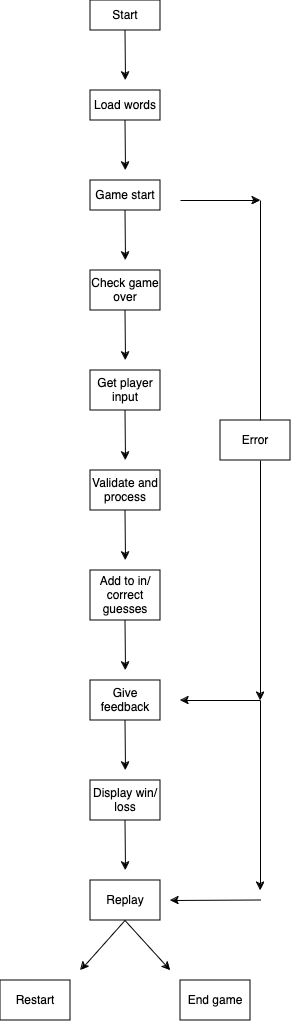
Before: assets/hangman_bp.png, a diagram exported from draw.io (Tbergius/hangman). Source tidied: cells renumbered, new cells last; positions are measured from the earlier drawing's top-left corner, leaving out a move shared by most shapes. Its diagram source:
```xml
<mxGraphModel>
  <root>
    <mxCell id="0" />
    <mxCell id="1" parent="0" />
    <mxCell id="2" value="Start" style="rounded=0;whiteSpace=wrap;html=1;" parent="1" vertex="1">
      <mxGeometry x="90" width="70" height="30" as="geometry" />
    </mxCell>
    <mxCell id="3" style="endArrow=classic;html=1;rounded=0;" parent="1" edge="1">
      <mxGeometry relative="1" as="geometry">
        <mxPoint x="124.5" y="30" as="sourcePoint" />
        <mxPoint x="125" y="80" as="targetPoint" />
      </mxGeometry>
    </mxCell>
    <mxCell id="4" value="&lt;div&gt;Load words&lt;/div&gt;" style="rounded=0;whiteSpace=wrap;html=1;" parent="1" vertex="1">
      <mxGeometry x="90" y="90" width="70" height="30" as="geometry" />
    </mxCell>
    <mxCell id="5" value="Game start" style="rounded=0;whiteSpace=wrap;html=1;" parent="1" vertex="1">
      <mxGeometry x="90" y="180" width="70" height="30" as="geometry" />
    </mxCell>
    <mxCell id="6" value="Check game over" style="rounded=0;whiteSpace=wrap;html=1;" parent="1" vertex="1">
      <mxGeometry x="90" y="270" width="70" height="40" as="geometry" />
    </mxCell>
    <mxCell id="7" value="Add to in/correct guesses" style="rounded=0;whiteSpace=wrap;html=1;" parent="1" vertex="1">
      <mxGeometry x="90" y="570" width="70" height="50" as="geometry" />
    </mxCell>
    <mxCell id="8" value="Get player input" style="rounded=0;whiteSpace=wrap;html=1;" parent="1" vertex="1">
      <mxGeometry x="90" y="370" width="70" height="40" as="geometry" />
    </mxCell>
    <mxCell id="9" value="Validate and process" style="rounded=0;whiteSpace=wrap;html=1;" parent="1" vertex="1">
      <mxGeometry x="90" y="470" width="70" height="40" as="geometry" />
    </mxCell>
    <mxCell id="10" value="Give feedback" style="rounded=0;whiteSpace=wrap;html=1;" parent="1" vertex="1">
      <mxGeometry x="90" y="680" width="70" height="40" as="geometry" />
    </mxCell>
    <mxCell id="11" value="&lt;div&gt;Display win/loss&lt;/div&gt;" style="rounded=0;whiteSpace=wrap;html=1;" parent="1" vertex="1">
      <mxGeometry x="90" y="780" width="70" height="40" as="geometry" />
    </mxCell>
    <mxCell id="12" style="endArrow=classic;html=1;rounded=0;" parent="1" edge="1">
      <mxGeometry relative="1" as="geometry">
        <mxPoint x="124.5" y="720" as="sourcePoint" />
        <mxPoint x="125" y="770" as="targetPoint" />
      </mxGeometry>
    </mxCell>
    <mxCell id="13" style="endArrow=classic;html=1;rounded=0;" parent="1" edge="1">
      <mxGeometry relative="1" as="geometry">
        <mxPoint x="124.5" y="820" as="sourcePoint" />
        <mxPoint x="125" y="870" as="targetPoint" />
      </mxGeometry>
    </mxCell>
    <mxCell id="14" style="endArrow=classic;html=1;rounded=0;" parent="1" edge="1">
      <mxGeometry relative="1" as="geometry">
        <mxPoint x="124.5" y="620" as="sourcePoint" />
        <mxPoint x="125" y="670" as="targetPoint" />
      </mxGeometry>
    </mxCell>
    <mxCell id="15" style="endArrow=classic;html=1;rounded=0;" parent="1" edge="1">
      <mxGeometry relative="1" as="geometry">
        <mxPoint x="124.5" y="510" as="sourcePoint" />
        <mxPoint x="125" y="560" as="targetPoint" />
      </mxGeometry>
    </mxCell>
    <mxCell id="16" style="endArrow=classic;html=1;rounded=0;" parent="1" edge="1">
      <mxGeometry relative="1" as="geometry">
        <mxPoint x="124.5" y="410" as="sourcePoint" />
        <mxPoint x="125" y="460" as="targetPoint" />
      </mxGeometry>
    </mxCell>
    <mxCell id="17" style="endArrow=classic;html=1;rounded=0;" parent="1" edge="1">
      <mxGeometry relative="1" as="geometry">
        <mxPoint x="124.5" y="310" as="sourcePoint" />
        <mxPoint x="125" y="360" as="targetPoint" />
      </mxGeometry>
    </mxCell>
    <mxCell id="18" style="endArrow=classic;html=1;rounded=0;" parent="1" edge="1">
      <mxGeometry relative="1" as="geometry">
        <mxPoint x="124.5" y="210" as="sourcePoint" />
        <mxPoint x="125" y="260" as="targetPoint" />
      </mxGeometry>
    </mxCell>
    <mxCell id="19" style="endArrow=classic;html=1;rounded=0;" parent="1" edge="1">
      <mxGeometry relative="1" as="geometry">
        <mxPoint x="124.5" y="120" as="sourcePoint" />
        <mxPoint x="125" y="170" as="targetPoint" />
      </mxGeometry>
    </mxCell>
    <mxCell id="20" value="Restart" style="rounded=0;whiteSpace=wrap;html=1;" parent="1" vertex="1">
      <mxGeometry y="980" width="70" height="40" as="geometry" />
    </mxCell>
    <mxCell id="21" value="Replay" style="rounded=0;whiteSpace=wrap;html=1;" parent="1" vertex="1">
      <mxGeometry x="90" y="880" width="70" height="40" as="geometry" />
    </mxCell>
    <mxCell id="22" value="End game" style="rounded=0;whiteSpace=wrap;html=1;" parent="1" vertex="1">
      <mxGeometry x="180" y="980" width="70" height="40" as="geometry" />
    </mxCell>
    <mxCell id="23" style="endArrow=classic;html=1;rounded=0;" parent="1" edge="1">
      <mxGeometry relative="1" as="geometry">
        <mxPoint x="180" y="200" as="sourcePoint" />
        <mxPoint x="260" y="200" as="targetPoint" />
      </mxGeometry>
    </mxCell>
    <mxCell id="24" style="endArrow=classic;html=1;rounded=0;" parent="1" edge="1">
      <mxGeometry relative="1" as="geometry">
        <mxPoint x="260" y="200" as="sourcePoint" />
        <mxPoint x="260" y="700" as="targetPoint" />
      </mxGeometry>
    </mxCell>
    <mxCell id="25" style="endArrow=classic;html=1;rounded=0;" parent="1" edge="1">
      <mxGeometry relative="1" as="geometry">
        <mxPoint x="260" y="700" as="sourcePoint" />
        <mxPoint x="180" y="700" as="targetPoint" />
      </mxGeometry>
    </mxCell>
    <mxCell id="26" style="endArrow=classic;html=1;rounded=0;" parent="1" edge="1">
      <mxGeometry relative="1" as="geometry">
        <mxPoint x="124.5" y="920" as="sourcePoint" />
        <mxPoint x="80" y="970" as="targetPoint" />
      </mxGeometry>
    </mxCell>
    <mxCell id="27" style="endArrow=classic;html=1;rounded=0;" parent="1" edge="1">
      <mxGeometry relative="1" as="geometry">
        <mxPoint x="124.5" y="920" as="sourcePoint" />
        <mxPoint x="170" y="970" as="targetPoint" />
      </mxGeometry>
    </mxCell>
    <mxCell id="28" value="Error" style="rounded=0;whiteSpace=wrap;html=1;" parent="1" vertex="1">
      <mxGeometry x="220" y="420" width="70" height="40" as="geometry" />
    </mxCell>
    <mxCell id="29" style="endArrow=classic;html=1;rounded=0;" parent="1" edge="1">
      <mxGeometry relative="1" as="geometry">
        <mxPoint x="260" y="700" as="sourcePoint" />
        <mxPoint x="260" y="890" as="targetPoint" />
      </mxGeometry>
    </mxCell>
    <mxCell id="30" style="endArrow=classic;html=1;rounded=0;" parent="1" edge="1">
      <mxGeometry relative="1" as="geometry">
        <mxPoint x="260" y="899.5" as="sourcePoint" />
        <mxPoint x="170" y="900" as="targetPoint" />
      </mxGeometry>
    </mxCell>
  </root>
</mxGraphModel>
```
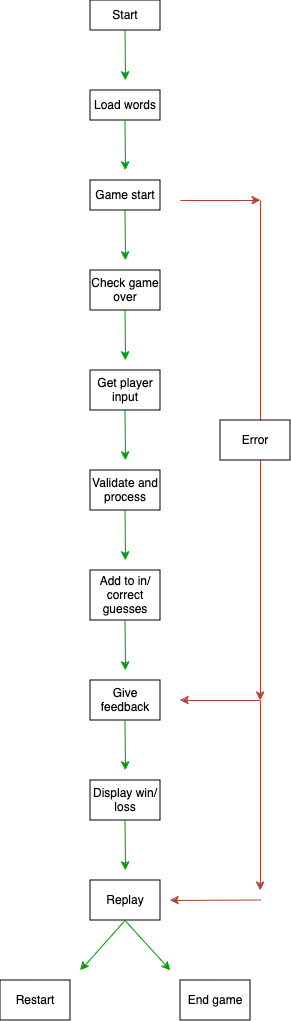
Later version of the same file.

Diff of the diagram source:
```diff
@@ -5,7 +5,7 @@
     <mxCell id="2" value="Start" style="rounded=0;whiteSpace=wrap;html=1;" parent="1" vertex="1">
       <mxGeometry x="90" width="70" height="30" as="geometry" />
     </mxCell>
-    <mxCell id="3" style="endArrow=classic;html=1;rounded=0;" parent="1" edge="1">
+    <mxCell id="3" style="endArrow=classic;html=1;rounded=0;fillColor=#008a00;strokeColor=#009900;" parent="1" edge="1">
       <mxGeometry relative="1" as="geometry">
         <mxPoint x="124.5" y="30" as="sourcePoint" />
         <mxPoint x="125" y="80" as="targetPoint" />
@@ -35,49 +35,49 @@
     <mxCell id="11" value="&lt;div&gt;Display win/loss&lt;/div&gt;" style="rounded=0;whiteSpace=wrap;html=1;" parent="1" vertex="1">
       <mxGeometry x="90" y="780" width="70" height="40" as="geometry" />
     </mxCell>
-    <mxCell id="12" style="endArrow=classic;html=1;rounded=0;" parent="1" edge="1">
+    <mxCell id="12" style="endArrow=classic;html=1;rounded=0;fillColor=#008a00;strokeColor=#009900;" parent="1" edge="1">
       <mxGeometry relative="1" as="geometry">
         <mxPoint x="124.5" y="720" as="sourcePoint" />
         <mxPoint x="125" y="770" as="targetPoint" />
       </mxGeometry>
     </mxCell>
-    <mxCell id="13" style="endArrow=classic;html=1;rounded=0;" parent="1" edge="1">
+    <mxCell id="13" style="endArrow=classic;html=1;rounded=0;fillColor=#008a00;strokeColor=#009900;" parent="1" edge="1">
       <mxGeometry relative="1" as="geometry">
         <mxPoint x="124.5" y="820" as="sourcePoint" />
         <mxPoint x="125" y="870" as="targetPoint" />
       </mxGeometry>
     </mxCell>
-    <mxCell id="14" style="endArrow=classic;html=1;rounded=0;" parent="1" edge="1">
+    <mxCell id="14" style="endArrow=classic;html=1;rounded=0;fillColor=#008a00;strokeColor=#009900;" parent="1" edge="1">
       <mxGeometry relative="1" as="geometry">
         <mxPoint x="124.5" y="620" as="sourcePoint" />
         <mxPoint x="125" y="670" as="targetPoint" />
       </mxGeometry>
     </mxCell>
-    <mxCell id="15" style="endArrow=classic;html=1;rounded=0;" parent="1" edge="1">
+    <mxCell id="15" style="endArrow=classic;html=1;rounded=0;fillColor=#008a00;strokeColor=#009900;" parent="1" edge="1">
       <mxGeometry relative="1" as="geometry">
         <mxPoint x="124.5" y="510" as="sourcePoint" />
         <mxPoint x="125" y="560" as="targetPoint" />
       </mxGeometry>
     </mxCell>
-    <mxCell id="16" style="endArrow=classic;html=1;rounded=0;" parent="1" edge="1">
+    <mxCell id="16" style="endArrow=classic;html=1;rounded=0;fillColor=#008a00;strokeColor=#009900;" parent="1" edge="1">
       <mxGeometry relative="1" as="geometry">
         <mxPoint x="124.5" y="410" as="sourcePoint" />
         <mxPoint x="125" y="460" as="targetPoint" />
       </mxGeometry>
     </mxCell>
-    <mxCell id="17" style="endArrow=classic;html=1;rounded=0;" parent="1" edge="1">
+    <mxCell id="17" style="endArrow=classic;html=1;rounded=0;fillColor=#008a00;strokeColor=#009900;" parent="1" edge="1">
       <mxGeometry relative="1" as="geometry">
         <mxPoint x="124.5" y="310" as="sourcePoint" />
         <mxPoint x="125" y="360" as="targetPoint" />
       </mxGeometry>
     </mxCell>
-    <mxCell id="18" style="endArrow=classic;html=1;rounded=0;" parent="1" edge="1">
+    <mxCell id="18" style="endArrow=classic;html=1;rounded=0;fillColor=#008a00;strokeColor=#009900;" parent="1" edge="1">
       <mxGeometry relative="1" as="geometry">
         <mxPoint x="124.5" y="210" as="sourcePoint" />
         <mxPoint x="125" y="260" as="targetPoint" />
       </mxGeometry>
     </mxCell>
-    <mxCell id="19" style="endArrow=classic;html=1;rounded=0;" parent="1" edge="1">
+    <mxCell id="19" style="endArrow=classic;html=1;rounded=0;fillColor=#008a00;strokeColor=#009900;" parent="1" edge="1">
       <mxGeometry relative="1" as="geometry">
         <mxPoint x="124.5" y="120" as="sourcePoint" />
         <mxPoint x="125" y="170" as="targetPoint" />
@@ -92,31 +92,31 @@
     <mxCell id="22" value="End game" style="rounded=0;whiteSpace=wrap;html=1;" parent="1" vertex="1">
       <mxGeometry x="180" y="980" width="70" height="40" as="geometry" />
     </mxCell>
-    <mxCell id="23" style="endArrow=classic;html=1;rounded=0;" parent="1" edge="1">
+    <mxCell id="23" style="endArrow=classic;html=1;rounded=0;fillColor=#fad9d5;strokeColor=#ae4132;" parent="1" edge="1">
       <mxGeometry relative="1" as="geometry">
         <mxPoint x="180" y="200" as="sourcePoint" />
         <mxPoint x="260" y="200" as="targetPoint" />
       </mxGeometry>
     </mxCell>
-    <mxCell id="24" style="endArrow=classic;html=1;rounded=0;" parent="1" edge="1">
+    <mxCell id="24" style="endArrow=classic;html=1;rounded=0;fillColor=#fad9d5;strokeColor=#ae4132;" parent="1" edge="1">
       <mxGeometry relative="1" as="geometry">
         <mxPoint x="260" y="200" as="sourcePoint" />
         <mxPoint x="260" y="700" as="targetPoint" />
       </mxGeometry>
     </mxCell>
-    <mxCell id="25" style="endArrow=classic;html=1;rounded=0;" parent="1" edge="1">
+    <mxCell id="25" style="endArrow=classic;html=1;rounded=0;fillColor=#fad9d5;strokeColor=#ae4132;" parent="1" edge="1">
       <mxGeometry relative="1" as="geometry">
         <mxPoint x="260" y="700" as="sourcePoint" />
         <mxPoint x="180" y="700" as="targetPoint" />
       </mxGeometry>
     </mxCell>
-    <mxCell id="26" style="endArrow=classic;html=1;rounded=0;" parent="1" edge="1">
+    <mxCell id="26" style="endArrow=classic;html=1;rounded=0;fillColor=#008a00;strokeColor=#009900;" parent="1" edge="1">
       <mxGeometry relative="1" as="geometry">
         <mxPoint x="124.5" y="920" as="sourcePoint" />
         <mxPoint x="80" y="970" as="targetPoint" />
       </mxGeometry>
     </mxCell>
-    <mxCell id="27" style="endArrow=classic;html=1;rounded=0;" parent="1" edge="1">
+    <mxCell id="27" style="endArrow=classic;html=1;rounded=0;fillColor=#008a00;strokeColor=#009900;" parent="1" edge="1">
       <mxGeometry relative="1" as="geometry">
         <mxPoint x="124.5" y="920" as="sourcePoint" />
         <mxPoint x="170" y="970" as="targetPoint" />
@@ -125,13 +125,13 @@
     <mxCell id="28" value="Error" style="rounded=0;whiteSpace=wrap;html=1;" parent="1" vertex="1">
       <mxGeometry x="220" y="420" width="70" height="40" as="geometry" />
     </mxCell>
-    <mxCell id="29" style="endArrow=classic;html=1;rounded=0;" parent="1" edge="1">
+    <mxCell id="29" style="endArrow=classic;html=1;rounded=0;fillColor=#fad9d5;strokeColor=#ae4132;" parent="1" edge="1">
       <mxGeometry relative="1" as="geometry">
         <mxPoint x="260" y="700" as="sourcePoint" />
         <mxPoint x="260" y="890" as="targetPoint" />
       </mxGeometry>
     </mxCell>
-    <mxCell id="30" style="endArrow=classic;html=1;rounded=0;" parent="1" edge="1">
+    <mxCell id="30" style="endArrow=classic;html=1;rounded=0;fillColor=#fad9d5;strokeColor=#ae4132;" parent="1" edge="1">
       <mxGeometry relative="1" as="geometry">
         <mxPoint x="260" y="899.5" as="sourcePoint" />
         <mxPoint x="170" y="900" as="targetPoint" />
```
